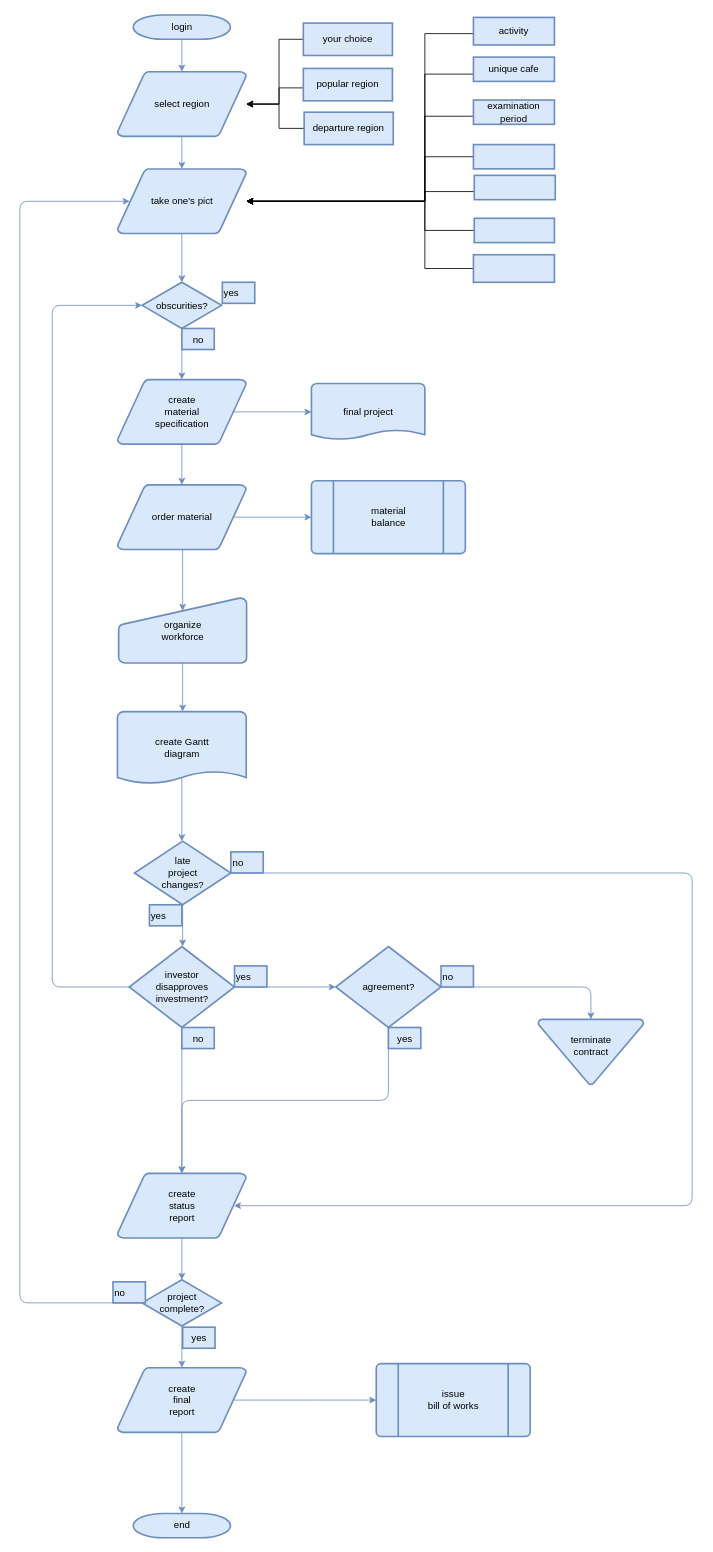
Before: Untitled Diagram.drawio in LCR2001/OSS, a draw.io diagram. Source tidied: cells renumbered, new cells numbered last; positions are measured from the earlier drawing's top-left corner, leaving out a move shared by most shapes. Both pictures are drawn from the tidied source at 81%, with x=0, y=0 at pixel (19, 15).
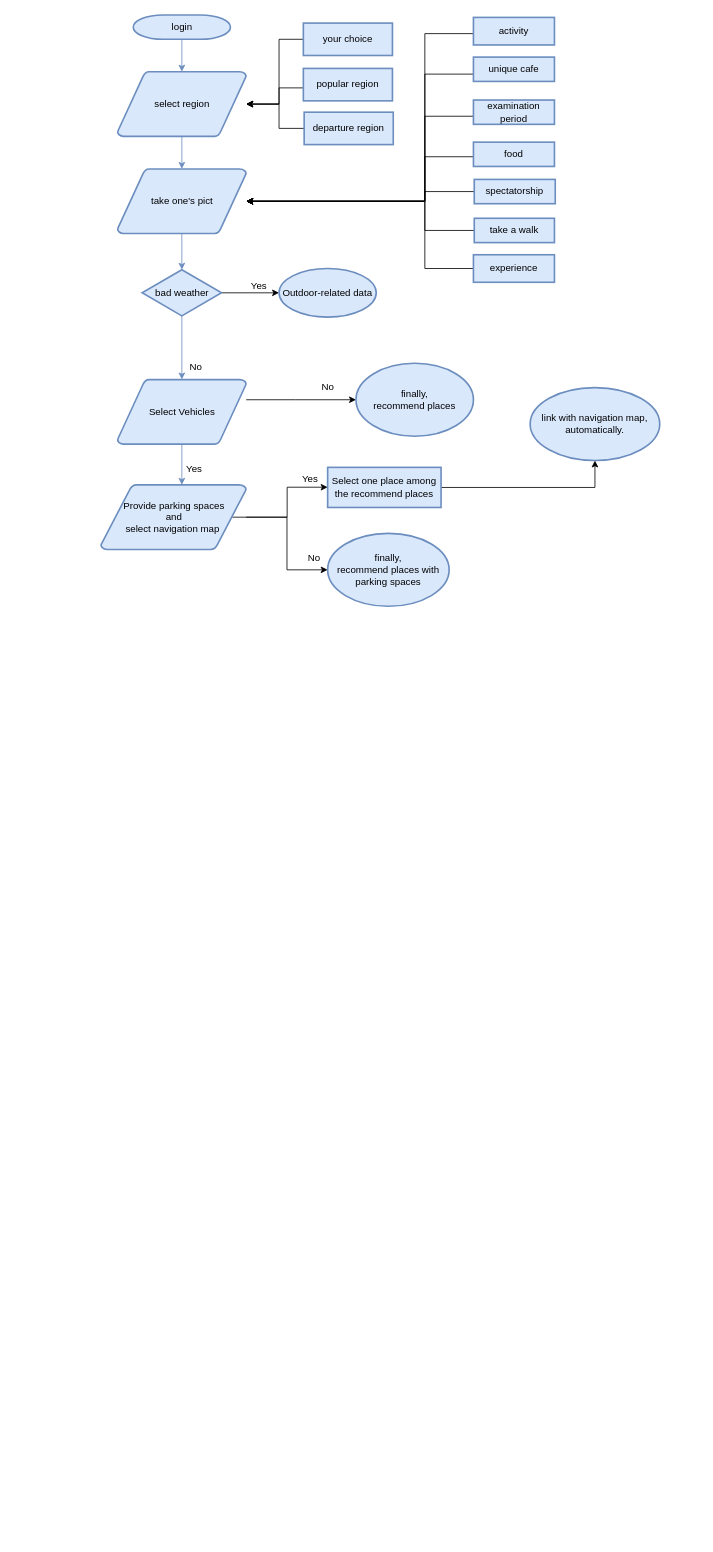
After the change.

Unchanged cells that the change refers to:
```xml
<mxCell id="15" value="take one's pict" style="shape=mxgraph.flowchart.data;strokeWidth=2;gradientDirection=north;fontStyle=0;html=1;fillColor=#dae8fc;strokeColor=#6c8ebf;" parent="1" vertex="1">
  <mxGeometry x="120.5" y="190" width="159" height="80" as="geometry" />
</mxCell>
```

Diff of the diagram source:
```diff
@@
+    <mxCell id="73" style="edgeStyle=orthogonalEdgeStyle;rounded=0;jettySize=auto;html=1;" parent="1" edge="1" source="7" target="82">
+      <mxGeometry relative="1" as="geometry">
+        <Array as="points">
+          <mxPoint x="340" y="475" />
+          <mxPoint x="340" y="475" />
+        </Array>
+      </mxGeometry>
+    </mxCell>
-    <mxCell id="7" value="create&#10;material&#10;specification" style="shape=mxgraph.flowchart.data;strokeWidth=2;gradientDirection=north;fontStyle=0;html=1;fillColor=#dae8fc;strokeColor=#6c8ebf;" parent="1" vertex="1">
+    <mxCell id="7" value="Select Vehicles" style="shape=mxgraph.flowchart.data;strokeWidth=2;gradientDirection=north;fontStyle=0;html=1;fillColor=#dae8fc;strokeColor=#6c8ebf;" parent="1" vertex="1">
       <mxGeometry x="120.5" y="450" width="159" height="80" as="geometry" />
     </mxCell>
@@
+    <mxCell id="74" style="edgeStyle=orthogonalEdgeStyle;rounded=0;jettySize=auto;html=1;" parent="1" edge="1" source="16" target="77">
+      <mxGeometry relative="1" as="geometry" />
+    </mxCell>
-    <mxCell id="16" value="obscurities?" style="shape=mxgraph.flowchart.decision;strokeWidth=2;gradientDirection=north;fontStyle=0;html=1;fillColor=#dae8fc;strokeColor=#6c8ebf;" parent="1" vertex="1">
-      <mxGeometry x="151" y="330" width="98" height="57" as="geometry" />
+    <mxCell id="16" value="bad weather" style="shape=mxgraph.flowchart.decision;strokeWidth=2;gradientDirection=north;fontStyle=0;html=1;fillColor=#dae8fc;strokeColor=#6c8ebf;" parent="1" vertex="1">
+      <mxGeometry x="151" y="314.5" width="98" height="57" as="geometry" />
     </mxCell>
@@
-    <mxCell id="20" value="yes" style="text;fontStyle=0;html=1;strokeWidth=2;fillColor=#dae8fc;strokeColor=#6c8ebf;" parent="1" vertex="1">
-      <mxGeometry x="250" y="330" width="40" height="26" as="geometry" />
-    </mxCell>
@@
+    <mxCell id="75" style="edgeStyle=orthogonalEdgeStyle;rounded=0;jettySize=auto;html=1;exitX=0.905;exitY=0.5;exitDx=0;exitDy=0;exitPerimeter=0;" parent="1" edge="1" source="22" target="84">
+      <mxGeometry relative="1" as="geometry">
+        <Array as="points">
+          <mxPoint x="330" y="620" />
+          <mxPoint x="330" y="583" />
+        </Array>
+      </mxGeometry>
+    </mxCell>
+    <mxCell id="76" style="edgeStyle=orthogonalEdgeStyle;rounded=0;jettySize=auto;html=1;" parent="1" edge="1" source="22" target="88">
+      <mxGeometry relative="1" as="geometry" />
+    </mxCell>
-    <mxCell id="22" value="order material" style="shape=mxgraph.flowchart.data;strokeWidth=2;gradientDirection=north;fontStyle=0;html=1;fillColor=#dae8fc;strokeColor=#6c8ebf;" parent="1" vertex="1">
-      <mxGeometry x="120.5" y="580" width="159" height="80" as="geometry" />
+    <mxCell id="22" value="Provide parking spaces&lt;br&gt;and&lt;br&gt;select navigation map&amp;nbsp;" style="shape=mxgraph.flowchart.data;strokeWidth=2;gradientDirection=north;fontStyle=0;html=1;fillColor=#dae8fc;strokeColor=#6c8ebf;" parent="1" vertex="1">
+      <mxGeometry x="100" y="580" width="179.5" height="80" as="geometry" />
     </mxCell>
-    <mxCell id="23" value="no" style="text;fontStyle=0;html=1;strokeWidth=2;align=center;fillColor=#dae8fc;strokeColor=#6c8ebf;" parent="1" vertex="1">
-      <mxGeometry x="200" y="387" width="40" height="26" as="geometry" />
-    </mxCell>
-    <mxCell id="24" value="final project" style="shape=mxgraph.flowchart.document;strokeWidth=2;gradientDirection=north;fontStyle=0;html=1;fillColor=#dae8fc;strokeColor=#6c8ebf;" parent="1" vertex="1">
-      <mxGeometry x="360" y="455" width="140" height="70" as="geometry" />
-    </mxCell>
-    <mxCell id="25" style="edgeStyle=elbowEdgeStyle;elbow=horizontal;exitX=0.905;exitY=0.5;exitPerimeter=0;fontStyle=1;strokeWidth=1;html=1;fillColor=#dae8fc;strokeColor=#6c8ebf;" parent="1" edge="1" source="7" target="24">
-      <mxGeometry x="-100" y="-40" as="geometry" />
-    </mxCell>
@@
-    <mxCell id="27" value="material&#10;balance" style="shape=mxgraph.flowchart.predefined_process;strokeWidth=2;gradientDirection=north;fontStyle=0;html=1;fillColor=#dae8fc;strokeColor=#6c8ebf;" parent="1" vertex="1">
-      <mxGeometry x="360" y="575" width="190" height="90" as="geometry" />
-    </mxCell>
-    <mxCell id="28" style="edgeStyle=elbowEdgeStyle;elbow=horizontal;exitX=0.905;exitY=0.5;exitPerimeter=0;fontStyle=1;strokeWidth=1;html=1;fillColor=#dae8fc;strokeColor=#6c8ebf;" parent="1" edge="1" source="22" target="27">
-      <mxGeometry x="-100" y="-40" as="geometry" />
-    </mxCell>
-    <mxCell id="29" value="organize &#10;workforce" style="shape=mxgraph.flowchart.manual_input;strokeWidth=2;gradientDirection=north;fontStyle=0;html=1;fillColor=#dae8fc;strokeColor=#6c8ebf;" parent="1" vertex="1">
-      <mxGeometry x="122" y="720" width="158" height="80" as="geometry" />
-    </mxCell>
-    <mxCell id="30" style="edgeStyle=elbowEdgeStyle;elbow=horizontal;entryX=0.5;entryY=0.195;entryPerimeter=0;fontStyle=1;strokeWidth=1;html=1;fillColor=#dae8fc;strokeColor=#6c8ebf;" parent="1" edge="1" source="22" target="29">
-      <mxGeometry x="-100" y="-40" as="geometry" />
-    </mxCell>
-    <mxCell id="31" value="create Gantt&#10;diagram" style="shape=mxgraph.flowchart.document;strokeWidth=2;gradientDirection=north;fontStyle=0;html=1;fillColor=#dae8fc;strokeColor=#6c8ebf;" parent="1" vertex="1">
-      <mxGeometry x="120.5" y="860" width="159" height="90" as="geometry" />
-    </mxCell>
-    <mxCell id="32" style="edgeStyle=elbowEdgeStyle;elbow=horizontal;exitX=0.5;exitY=1;exitPerimeter=0;fontStyle=1;strokeWidth=1;html=1;fillColor=#dae8fc;strokeColor=#6c8ebf;" parent="1" edge="1" source="29" target="31">
-      <mxGeometry x="-100" y="-40" as="geometry" />
-    </mxCell>
-    <mxCell id="33" value="late&#10;project&#10;changes?" style="shape=mxgraph.flowchart.decision;strokeWidth=2;gradientDirection=north;fontStyle=0;html=1;fillColor=#dae8fc;strokeColor=#6c8ebf;" parent="1" vertex="1">
-      <mxGeometry x="141.5" y="1020" width="119" height="78.5" as="geometry" />
-    </mxCell>
-    <mxCell id="34" style="edgeStyle=elbowEdgeStyle;elbow=horizontal;exitX=0.5;exitY=0.9;exitPerimeter=0;fontStyle=1;strokeWidth=1;html=1;fillColor=#dae8fc;strokeColor=#6c8ebf;" parent="1" edge="1" source="31" target="33">
-      <mxGeometry x="-100" y="-40" as="geometry" />
-    </mxCell>
-    <mxCell id="35" style="edgeStyle=elbowEdgeStyle;elbow=horizontal;exitX=0;exitY=0.5;exitPerimeter=0;entryX=0;entryY=0.5;entryPerimeter=0;fontStyle=1;strokeWidth=1;html=1;fillColor=#dae8fc;strokeColor=#6c8ebf;" parent="1" edge="1" source="37" target="16">
-      <mxGeometry x="-100" y="-40" as="geometry">
-        <Array as="points">
-          <mxPoint x="40" y="790" />
-        </Array>
-      </mxGeometry>
-    </mxCell>
-    <mxCell id="36" value="yes" style="text;fontStyle=0;html=1;strokeWidth=2;fillColor=#dae8fc;strokeColor=#6c8ebf;" parent="1" vertex="1">
-      <mxGeometry x="160" y="1098.5" width="40" height="26" as="geometry" />
-    </mxCell>
-    <mxCell id="37" value="investor&#10;disapproves&#10; investment?" style="shape=mxgraph.flowchart.decision;strokeWidth=2;gradientDirection=north;fontStyle=0;html=1;fillColor=#dae8fc;strokeColor=#6c8ebf;" parent="1" vertex="1">
-      <mxGeometry x="135" y="1150" width="130" height="100" as="geometry" />
-    </mxCell>
-    <mxCell id="38" value="agreement?" style="shape=mxgraph.flowchart.decision;strokeWidth=2;gradientDirection=north;fontStyle=0;html=1;fillColor=#dae8fc;strokeColor=#6c8ebf;" parent="1" vertex="1">
-      <mxGeometry x="390" y="1150" width="130" height="100" as="geometry" />
-    </mxCell>
-    <mxCell id="39" style="edgeStyle=elbowEdgeStyle;elbow=horizontal;exitX=0.5;exitY=1;exitPerimeter=0;fontStyle=1;strokeWidth=1;html=1;fillColor=#dae8fc;strokeColor=#6c8ebf;" parent="1" edge="1" source="33" target="37">
-      <mxGeometry x="-100" y="-40" as="geometry" />
-    </mxCell>
-    <mxCell id="40" style="edgeStyle=elbowEdgeStyle;elbow=horizontal;exitX=1;exitY=0.5;exitPerimeter=0;entryX=0;entryY=0.5;entryPerimeter=0;fontStyle=1;strokeWidth=1;html=1;fillColor=#dae8fc;strokeColor=#6c8ebf;" parent="1" edge="1" source="37" target="38">
-      <mxGeometry x="-100" y="-40" as="geometry" />
-    </mxCell>
-    <mxCell id="41" value="terminate&#10;contract&#10;" style="shape=mxgraph.flowchart.merge_or_storage;strokeWidth=2;gradientDirection=north;fontStyle=0;html=1;fillColor=#dae8fc;strokeColor=#6c8ebf;" parent="1" vertex="1">
-      <mxGeometry x="640" y="1240" width="130" height="80.5" as="geometry" />
-    </mxCell>
-    <mxCell id="42" style="edgeStyle=elbowEdgeStyle;elbow=vertical;exitX=1;exitY=0.5;exitPerimeter=0;entryX=0.5;entryY=0;entryPerimeter=0;fontStyle=1;strokeWidth=1;html=1;fillColor=#dae8fc;strokeColor=#6c8ebf;" parent="1" edge="1" source="38" target="41">
-      <mxGeometry x="-100" y="-40" as="geometry">
-        <Array as="points">
-          <mxPoint x="620" y="1200" />
-        </Array>
-      </mxGeometry>
-    </mxCell>
-    <mxCell id="43" value="create&#10;status&#10;report" style="shape=mxgraph.flowchart.data;strokeWidth=2;gradientDirection=north;fontStyle=0;html=1;fillColor=#dae8fc;strokeColor=#6c8ebf;" parent="1" vertex="1">
-      <mxGeometry x="120.5" y="1430" width="159" height="80" as="geometry" />
-    </mxCell>
-    <mxCell id="44" style="edgeStyle=elbowEdgeStyle;elbow=vertical;exitX=0.5;exitY=1;exitPerimeter=0;fontStyle=1;strokeWidth=1;html=1;fillColor=#dae8fc;strokeColor=#6c8ebf;" parent="1" edge="1" source="37" target="43">
-      <mxGeometry x="-100" y="-40" as="geometry" />
-    </mxCell>
-    <mxCell id="45" style="edgeStyle=elbowEdgeStyle;elbow=vertical;exitX=0.5;exitY=1;exitPerimeter=0;entryX=0.5;entryY=0;entryPerimeter=0;fontStyle=1;strokeWidth=1;html=1;fillColor=#dae8fc;strokeColor=#6c8ebf;" parent="1" edge="1" source="38" target="43">
-      <mxGeometry x="-100" y="-40" as="geometry" />
-    </mxCell>
-    <mxCell id="46" value="project&#10;complete?" style="shape=mxgraph.flowchart.decision;strokeWidth=2;gradientDirection=north;fontStyle=0;html=1;fillColor=#dae8fc;strokeColor=#6c8ebf;" parent="1" vertex="1">
-      <mxGeometry x="151" y="1561.5" width="98" height="57" as="geometry" />
-    </mxCell>
-    <mxCell id="47" value="create&#10;final&#10;report" style="shape=mxgraph.flowchart.data;strokeWidth=2;gradientDirection=north;fontStyle=0;html=1;fillColor=#dae8fc;strokeColor=#6c8ebf;" parent="1" vertex="1">
-      <mxGeometry x="120.5" y="1670" width="159" height="80" as="geometry" />
-    </mxCell>
-    <mxCell id="48" value="issue&#10;bill of works" style="shape=mxgraph.flowchart.predefined_process;strokeWidth=2;gradientDirection=north;fontStyle=0;html=1;fillColor=#dae8fc;strokeColor=#6c8ebf;" parent="1" vertex="1">
-      <mxGeometry x="440" y="1665" width="190" height="90" as="geometry" />
-    </mxCell>
-    <mxCell id="49" value="end" style="shape=mxgraph.flowchart.terminator;strokeWidth=2;gradientDirection=north;fontStyle=0;html=1;fillColor=#dae8fc;strokeColor=#6c8ebf;" parent="1" vertex="1">
-      <mxGeometry x="140" y="1850" width="120" height="30" as="geometry" />
-    </mxCell>
-    <mxCell id="50" style="edgeStyle=elbowEdgeStyle;elbow=vertical;exitX=0.5;exitY=1;exitPerimeter=0;entryX=0.5;entryY=0;entryPerimeter=0;fontStyle=1;strokeWidth=1;html=1;fillColor=#dae8fc;strokeColor=#6c8ebf;" parent="1" edge="1" source="43" target="46">
-      <mxGeometry x="-100" y="-40" as="geometry" />
-    </mxCell>
-    <mxCell id="51" style="edgeStyle=elbowEdgeStyle;elbow=vertical;exitX=0.5;exitY=1;exitPerimeter=0;entryX=0.5;entryY=0;entryPerimeter=0;fontStyle=1;strokeWidth=1;html=1;fillColor=#dae8fc;strokeColor=#6c8ebf;" parent="1" edge="1" source="46" target="47">
-      <mxGeometry x="-100" y="-40" as="geometry" />
-    </mxCell>
-    <mxCell id="52" style="edgeStyle=elbowEdgeStyle;elbow=vertical;exitX=0.5;exitY=1;exitPerimeter=0;entryX=0.5;entryY=0;entryPerimeter=0;fontStyle=1;strokeWidth=1;html=1;fillColor=#dae8fc;strokeColor=#6c8ebf;" parent="1" edge="1" source="47" target="49">
-      <mxGeometry x="-100" y="-40" as="geometry" />
-    </mxCell>
-    <mxCell id="53" style="edgeStyle=elbowEdgeStyle;elbow=vertical;exitX=0.905;exitY=0.5;exitPerimeter=0;entryX=0;entryY=0.5;entryPerimeter=0;fontStyle=1;strokeWidth=1;html=1;fillColor=#dae8fc;strokeColor=#6c8ebf;" parent="1" edge="1" source="47" target="48">
-      <mxGeometry x="-100" y="-40" as="geometry" />
-    </mxCell>
-    <mxCell id="54" style="edgeStyle=elbowEdgeStyle;elbow=horizontal;exitX=1;exitY=0.5;exitPerimeter=0;entryX=0.905;entryY=0.5;entryPerimeter=0;fontStyle=1;strokeWidth=1;html=1;fillColor=#dae8fc;strokeColor=#6c8ebf;" parent="1" edge="1" source="33" target="43">
-      <mxGeometry x="-100" y="-40" as="geometry">
-        <Array as="points">
-          <mxPoint x="830" y="1260" />
-        </Array>
-      </mxGeometry>
-    </mxCell>
-    <mxCell id="55" value="no" style="text;fontStyle=0;html=1;strokeWidth=2;fillColor=#dae8fc;strokeColor=#6c8ebf;" parent="1" vertex="1">
-      <mxGeometry x="260.5" y="1033.2" width="40" height="26" as="geometry" />
-    </mxCell>
-    <mxCell id="56" value="yes" style="text;fontStyle=0;html=1;strokeWidth=2;fillColor=#dae8fc;strokeColor=#6c8ebf;" parent="1" vertex="1">
-      <mxGeometry x="265" y="1174" width="40" height="26" as="geometry" />
-    </mxCell>
-    <mxCell id="57" value="no" style="text;fontStyle=0;html=1;strokeWidth=2;align=center;fillColor=#dae8fc;strokeColor=#6c8ebf;" parent="1" vertex="1">
-      <mxGeometry x="200" y="1250" width="40" height="26" as="geometry" />
-    </mxCell>
-    <mxCell id="58" value="yes" style="text;fontStyle=0;html=1;strokeWidth=2;align=center;fillColor=#dae8fc;strokeColor=#6c8ebf;" parent="1" vertex="1">
-      <mxGeometry x="455" y="1250" width="40" height="26" as="geometry" />
-    </mxCell>
-    <mxCell id="59" value="no" style="text;fontStyle=0;html=1;strokeWidth=2;fillColor=#dae8fc;strokeColor=#6c8ebf;" parent="1" vertex="1">
-      <mxGeometry x="520" y="1174" width="40" height="26" as="geometry" />
-    </mxCell>
-    <mxCell id="60" value="yes" style="text;fontStyle=0;html=1;strokeWidth=2;align=center;fillColor=#dae8fc;strokeColor=#6c8ebf;" parent="1" vertex="1">
-      <mxGeometry x="201" y="1620" width="40" height="26" as="geometry" />
-    </mxCell>
-    <mxCell id="61" style="edgeStyle=elbowEdgeStyle;elbow=horizontal;exitX=0;exitY=0.5;exitPerimeter=0;entryX=0.095;entryY=0.5;entryPerimeter=0;fontStyle=1;strokeWidth=1;html=1;fillColor=#dae8fc;strokeColor=#6c8ebf;" parent="1" edge="1" source="46" target="15">
-      <mxGeometry x="-100" y="-40" as="geometry">
-        <Array as="points">
-          <mxPoint y="910" />
-        </Array>
-      </mxGeometry>
-    </mxCell>
-    <mxCell id="62" value="no" style="text;fontStyle=0;html=1;strokeWidth=2;fillColor=#dae8fc;strokeColor=#6c8ebf;" parent="1" vertex="1">
-      <mxGeometry x="115" y="1564" width="40" height="26" as="geometry" />
-    </mxCell>
@@
-    <mxCell id="69" style="whiteSpace=wrap;html=1;fontStyle=0;strokeColor=#6c8ebf;strokeWidth=2;fillColor=#dae8fc;gradientDirection=north;" parent="1" vertex="1">
-      <mxGeometry x="560" y="160" width="100" height="30" as="geometry" />
+    <mxCell id="69" value="food" style="whiteSpace=wrap;html=1;fontStyle=0;strokeColor=#6c8ebf;strokeWidth=2;fillColor=#dae8fc;gradientDirection=north;" parent="1" vertex="1">
+      <mxGeometry x="560" y="157" width="100" height="30" as="geometry" />
     </mxCell>
-    <mxCell id="70" style="whiteSpace=wrap;html=1;fontStyle=0;strokeColor=#6c8ebf;strokeWidth=2;fillColor=#dae8fc;gradientDirection=north;" parent="1" vertex="1">
-      <mxGeometry x="561" y="198" width="100" height="30" as="geometry" />
+    <mxCell id="70" value="spectatorship" style="whiteSpace=wrap;html=1;fontStyle=0;strokeColor=#6c8ebf;strokeWidth=2;fillColor=#dae8fc;gradientDirection=north;" parent="1" vertex="1">
+      <mxGeometry x="561" y="203" width="100" height="30" as="geometry" />
     </mxCell>
-    <mxCell id="71" style="whiteSpace=wrap;html=1;fontStyle=0;strokeColor=#6c8ebf;strokeWidth=2;fillColor=#dae8fc;gradientDirection=north;" parent="1" vertex="1">
+    <mxCell id="71" value="take a walk" style="whiteSpace=wrap;html=1;fontStyle=0;strokeColor=#6c8ebf;strokeWidth=2;fillColor=#dae8fc;gradientDirection=north;" parent="1" vertex="1">
       <mxGeometry x="561" y="251" width="99" height="30" as="geometry" />
     </mxCell>
-    <mxCell id="72" style="whiteSpace=wrap;html=1;fontStyle=0;strokeColor=#6c8ebf;strokeWidth=2;fillColor=#dae8fc;gradientDirection=north;" parent="1" vertex="1">
+    <mxCell id="72" value="experience" style="whiteSpace=wrap;html=1;fontStyle=0;strokeColor=#6c8ebf;strokeWidth=2;fillColor=#dae8fc;gradientDirection=north;" parent="1" vertex="1">
       <mxGeometry x="560" y="296" width="100" height="34" as="geometry" />
     </mxCell>
+    <mxCell id="77" value="Outdoor-related data" style="ellipse;whiteSpace=wrap;html=1;fontStyle=0;strokeColor=#6c8ebf;strokeWidth=2;fillColor=#dae8fc;gradientDirection=north;" parent="1" vertex="1">
+      <mxGeometry x="320" y="313" width="120" height="60" as="geometry" />
+    </mxCell>
+    <mxCell id="78" value="Yes" style="text;html=1;align=center;verticalAlign=middle;strokeColor=none;fillColor=none;" parent="1" vertex="1">
+      <mxGeometry x="275" y="325" width="40" height="20" as="geometry" />
+    </mxCell>
+    <mxCell id="79" value="No" style="text;html=1;align=center;verticalAlign=middle;strokeColor=none;fillColor=none;" parent="1" vertex="1">
+      <mxGeometry x="202" y="425" width="30" height="20" as="geometry" />
+    </mxCell>
+    <mxCell id="80" value="No" style="text;html=1;align=center;verticalAlign=middle;strokeColor=none;fillColor=none;" parent="1" vertex="1">
+      <mxGeometry x="365" y="450" width="30" height="20" as="geometry" />
+    </mxCell>
+    <mxCell id="81" value="Yes" style="text;html=1;align=center;verticalAlign=middle;strokeColor=none;fillColor=none;" parent="1" vertex="1">
+      <mxGeometry x="195" y="551" width="40" height="20" as="geometry" />
+    </mxCell>
+    <mxCell id="82" value="finally,&lt;br&gt;recommend places" style="ellipse;whiteSpace=wrap;html=1;fontStyle=0;strokeColor=#6c8ebf;strokeWidth=2;fillColor=#dae8fc;gradientDirection=north;" parent="1" vertex="1">
+      <mxGeometry x="415" y="430" width="145" height="90" as="geometry" />
+    </mxCell>
+    <mxCell id="83" style="edgeStyle=orthogonalEdgeStyle;rounded=0;jettySize=auto;html=1;" parent="1" edge="1" source="84" target="86">
+      <mxGeometry relative="1" as="geometry" />
+    </mxCell>
+    <mxCell id="84" value="Select one place among the recommend places" style="whiteSpace=wrap;html=1;fontStyle=0;strokeColor=#6c8ebf;strokeWidth=2;fillColor=#dae8fc;gradientDirection=north;" parent="1" vertex="1">
+      <mxGeometry x="380" y="558.5" width="140" height="49.5" as="geometry" />
+    </mxCell>
+    <mxCell id="85" value="Yes" style="text;html=1;align=center;verticalAlign=middle;strokeColor=none;fillColor=none;" parent="1" vertex="1">
+      <mxGeometry x="338" y="563" width="40" height="20" as="geometry" />
+    </mxCell>
+    <mxCell id="86" value="link with navigation map, automatically." style="ellipse;whiteSpace=wrap;html=1;fontStyle=0;strokeColor=#6c8ebf;strokeWidth=2;fillColor=#dae8fc;gradientDirection=north;" parent="1" vertex="1">
+      <mxGeometry x="630" y="460" width="160" height="90" as="geometry" />
+    </mxCell>
+    <mxCell id="87" value="No" style="text;html=1;align=center;verticalAlign=middle;strokeColor=none;fillColor=none;" parent="1" vertex="1">
+      <mxGeometry x="348" y="660" width="30" height="20" as="geometry" />
+    </mxCell>
+    <mxCell id="88" value="finally,&lt;br&gt;recommend places with parking spaces" style="ellipse;whiteSpace=wrap;html=1;fontStyle=0;strokeColor=#6c8ebf;strokeWidth=2;fillColor=#dae8fc;gradientDirection=north;" parent="1" vertex="1">
+      <mxGeometry x="380" y="640" width="150" height="90" as="geometry" />
+    </mxCell>
```
